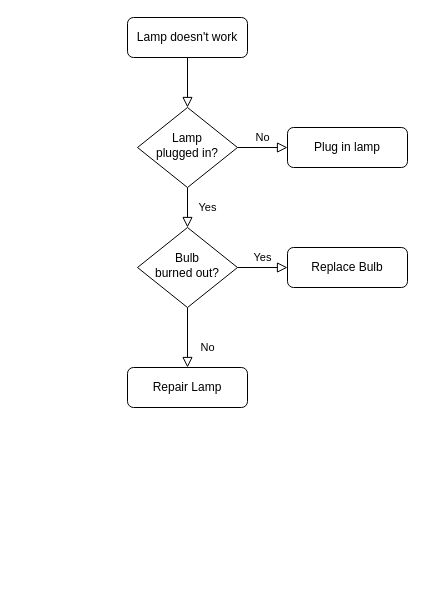
thomini/cesare_data_flow keeps this draw.io diagram as Unbenanntes Diagramm.drawio. Above is the earlier version. Source tidied: cells renumbered, new cells numbered last; positions are measured from the earlier drawing's top-left corner, leaving out a move shared by most shapes. Both pictures are drawn from the tidied source at 100%, with x=0, y=0 at pixel (127, 17).
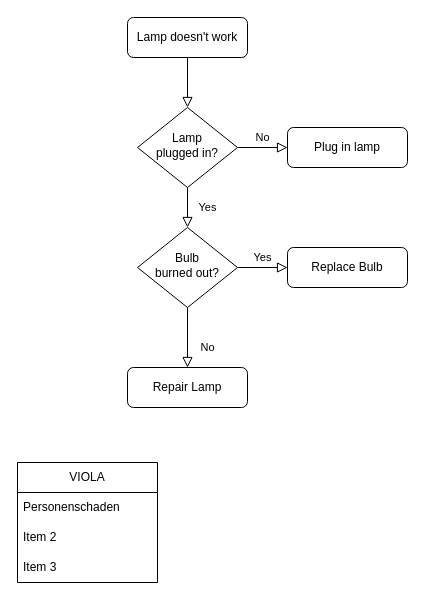
The same page after the edit.

What changed in the source:
```diff
@@
 <mxGraphModel>
   <root>
     <mxCell id="0" />
     <mxCell id="1" parent="0" />
     <mxCell id="2" style="rounded=0;html=1;jettySize=auto;fontSize=11;endArrow=block;endFill=0;endSize=8;strokeWidth=1;shadow=0;labelBackgroundColor=none;edgeStyle=orthogonalEdgeStyle;" parent="1" edge="1" source="3" target="6">
       <mxGeometry relative="1" as="geometry" />
     </mxCell>
     <mxCell id="3" value="Lamp doesn't work" style="rounded=1;whiteSpace=wrap;html=1;fontSize=12;glass=0;strokeWidth=1;shadow=0;" parent="1" vertex="1">
       <mxGeometry width="120" height="40" as="geometry" />
     </mxCell>
     <mxCell id="4" value="Yes" style="rounded=0;html=1;jettySize=auto;fontSize=11;endArrow=block;endFill=0;endSize=8;strokeWidth=1;shadow=0;labelBackgroundColor=none;edgeStyle=orthogonalEdgeStyle;" parent="1" edge="1" source="6" target="10">
       <mxGeometry y="20" relative="1" as="geometry" />
     </mxCell>
     <mxCell id="5" value="No" style="edgeStyle=orthogonalEdgeStyle;rounded=0;html=1;jettySize=auto;fontSize=11;endArrow=block;endFill=0;endSize=8;strokeWidth=1;shadow=0;labelBackgroundColor=none;" parent="1" edge="1" source="6" target="7">
       <mxGeometry y="10" relative="1" as="geometry" />
     </mxCell>
     <mxCell id="6" value="Lamp&lt;br&gt;plugged in?" style="rhombus;whiteSpace=wrap;html=1;shadow=0;fontFamily=Helvetica;fontSize=12;align=center;strokeWidth=1;spacing=6;spacingTop=-4;" parent="1" vertex="1">
       <mxGeometry x="10" y="90" width="100" height="80" as="geometry" />
     </mxCell>
     <mxCell id="7" value="Plug in lamp" style="rounded=1;whiteSpace=wrap;html=1;fontSize=12;glass=0;strokeWidth=1;shadow=0;" parent="1" vertex="1">
       <mxGeometry x="160" y="110" width="120" height="40" as="geometry" />
     </mxCell>
     <mxCell id="8" value="No" style="rounded=0;html=1;jettySize=auto;fontSize=11;endArrow=block;endFill=0;endSize=8;strokeWidth=1;shadow=0;labelBackgroundColor=none;edgeStyle=orthogonalEdgeStyle;" parent="1" edge="1" source="10" target="11">
       <mxGeometry x="0.33" y="20" relative="1" as="geometry" />
     </mxCell>
     <mxCell id="9" value="Yes" style="edgeStyle=orthogonalEdgeStyle;rounded=0;html=1;jettySize=auto;fontSize=11;endArrow=block;endFill=0;endSize=8;strokeWidth=1;shadow=0;labelBackgroundColor=none;" parent="1" edge="1" source="10" target="12">
       <mxGeometry y="10" relative="1" as="geometry" />
     </mxCell>
     <mxCell id="10" value="Bulb&lt;br&gt;burned out?" style="rhombus;whiteSpace=wrap;html=1;shadow=0;fontFamily=Helvetica;fontSize=12;align=center;strokeWidth=1;spacing=6;spacingTop=-4;" parent="1" vertex="1">
       <mxGeometry x="10" y="210" width="100" height="80" as="geometry" />
     </mxCell>
     <mxCell id="11" value="Repair Lamp" style="rounded=1;whiteSpace=wrap;html=1;fontSize=12;glass=0;strokeWidth=1;shadow=0;" parent="1" vertex="1">
       <mxGeometry y="350" width="120" height="40" as="geometry" />
     </mxCell>
     <mxCell id="12" value="Replace Bulb" style="rounded=1;whiteSpace=wrap;html=1;fontSize=12;glass=0;strokeWidth=1;shadow=0;" parent="1" vertex="1">
       <mxGeometry x="160" y="230" width="120" height="40" as="geometry" />
     </mxCell>
+    <mxCell id="13" value="VIOLA" style="swimlane;fontStyle=0;horizontal=1;startSize=30;whiteSpace=wrap;html=1;" parent="1" vertex="1">
+      <mxGeometry x="-110" y="445" width="140" height="120" as="geometry" />
+    </mxCell>
+    <mxCell id="14" value="Personenschaden" style="text;strokeColor=none;fillColor=none;align=left;verticalAlign=middle;spacingLeft=4;spacingRight=4;overflow=hidden;whiteSpace=wrap;html=1;" parent="13" vertex="1">
+      <mxGeometry y="30" width="140" height="30" as="geometry" />
+    </mxCell>
+    <mxCell id="15" value="Item 2" style="text;strokeColor=none;fillColor=none;align=left;verticalAlign=middle;spacingLeft=4;spacingRight=4;overflow=hidden;whiteSpace=wrap;html=1;" parent="13" vertex="1">
+      <mxGeometry y="60" width="140" height="30" as="geometry" />
+    </mxCell>
+    <mxCell id="16" value="Item 3" style="text;strokeColor=none;fillColor=none;align=left;verticalAlign=middle;spacingLeft=4;spacingRight=4;overflow=hidden;whiteSpace=wrap;html=1;" parent="13" vertex="1">
+      <mxGeometry y="90" width="140" height="30" as="geometry" />
+    </mxCell>
   </root>
 </mxGraphModel>
```
